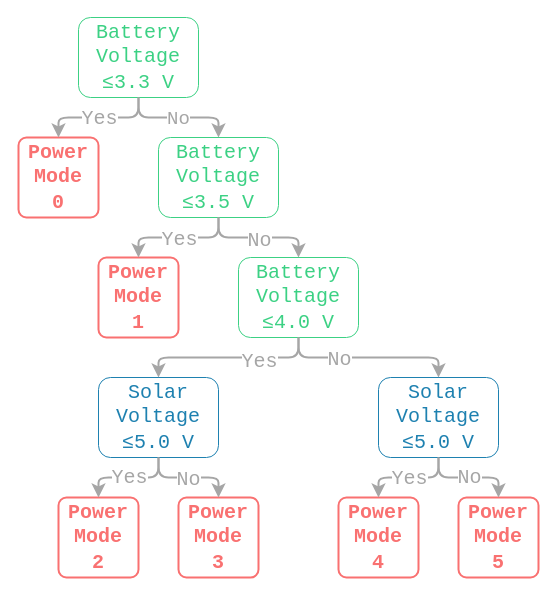
Earlier version of the draw.io diagram resources/powerManagement.drawio (mi3nts/LoRaWANNodes). Source tidied: cells renumbered, new cells numbered last; positions are measured from the earlier drawing's top-left corner, leaving out a move shared by most shapes. Both pictures are drawn from the tidied source at 100%, with x=0, y=0 at pixel (18, 17).
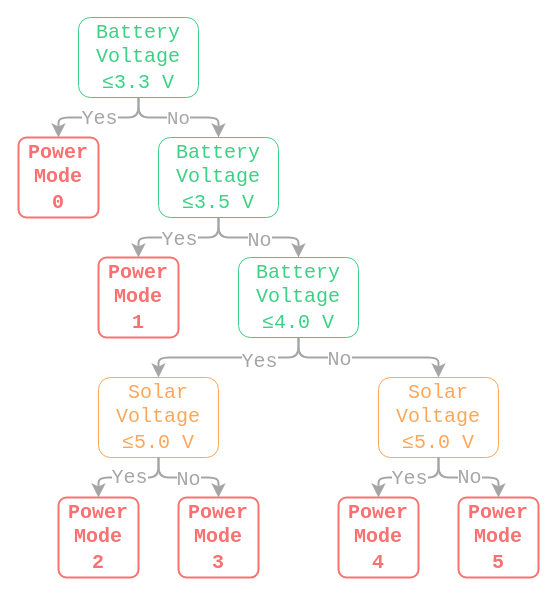
The same diagram, later.

The edit, as a diff of the source:
```diff
@@
-    <mxCell id="7" value="&lt;font color=&quot;#1e81b0&quot; face=&quot;Courier New&quot; style=&quot;font-size: 20px;&quot;&gt;Solar Voltage&lt;br&gt;&lt;/font&gt;&lt;div style=&quot;font-size: 20px;&quot;&gt;&lt;font color=&quot;#1e81b0&quot; style=&quot;font-size: 20px;&quot;&gt;&lt;span style=&quot;background-color: initial;&quot;&gt;&lt;font style=&quot;font-size: 20px;&quot; face=&quot;Courier New&quot;&gt;≤5.0&lt;/font&gt;&lt;/span&gt;&lt;font face=&quot;Courier New&quot; style=&quot;font-size: 20px;&quot;&gt;&amp;nbsp;V&lt;/font&gt;&lt;/font&gt;&lt;/div&gt;" style="rounded=1;whiteSpace=wrap;html=1;strokeColor=#1e81b0;" parent="1" vertex="1">
+    <mxCell id="7" value="&lt;font color=&quot;#fba85b&quot; face=&quot;Courier New&quot; style=&quot;font-size: 20px;&quot;&gt;Solar Voltage&lt;br&gt;&lt;/font&gt;&lt;div style=&quot;font-size: 20px;&quot;&gt;&lt;font color=&quot;#fba85b&quot; style=&quot;font-size: 20px;&quot;&gt;&lt;span style=&quot;background-color: initial;&quot;&gt;&lt;font style=&quot;font-size: 20px;&quot; face=&quot;Courier New&quot;&gt;≤5.0&lt;/font&gt;&lt;/span&gt;&lt;font face=&quot;Courier New&quot; style=&quot;font-size: 20px;&quot;&gt;&amp;nbsp;V&lt;/font&gt;&lt;/font&gt;&lt;/div&gt;" style="rounded=1;whiteSpace=wrap;html=1;strokeColor=#FBA85B;" parent="1" vertex="1">
       <mxGeometry x="80" y="360" width="120" height="80" as="geometry" />
     </mxCell>
-    <mxCell id="8" value="&lt;font color=&quot;#1e81b0&quot; face=&quot;Courier New&quot; style=&quot;font-size: 20px;&quot;&gt;Solar Voltage&lt;br&gt;&lt;/font&gt;&lt;div style=&quot;font-size: 20px;&quot;&gt;&lt;font color=&quot;#1e81b0&quot; style=&quot;font-size: 20px;&quot;&gt;&lt;span style=&quot;background-color: initial;&quot;&gt;&lt;font style=&quot;font-size: 20px;&quot; face=&quot;Courier New&quot;&gt;≤5&lt;/font&gt;&lt;/span&gt;&lt;font face=&quot;Courier New&quot; style=&quot;font-size: 20px;&quot;&gt;.0 V&lt;/font&gt;&lt;/font&gt;&lt;/div&gt;" style="rounded=1;whiteSpace=wrap;html=1;strokeColor=#1e81b0;" parent="1" vertex="1">
+    <mxCell id="8" value="&lt;font color=&quot;#fba85b&quot; face=&quot;Courier New&quot; style=&quot;font-size: 20px;&quot;&gt;Solar Voltage&lt;br&gt;&lt;/font&gt;&lt;div style=&quot;font-size: 20px;&quot;&gt;&lt;font color=&quot;#fba85b&quot; style=&quot;font-size: 20px;&quot;&gt;&lt;span style=&quot;background-color: initial;&quot;&gt;&lt;font style=&quot;font-size: 20px;&quot; face=&quot;Courier New&quot;&gt;≤5&lt;/font&gt;&lt;/span&gt;&lt;font face=&quot;Courier New&quot; style=&quot;font-size: 20px;&quot;&gt;.0 V&lt;/font&gt;&lt;/font&gt;&lt;/div&gt;" style="rounded=1;whiteSpace=wrap;html=1;strokeColor=#FBA85B;" parent="1" vertex="1">
       <mxGeometry x="360" y="360" width="120" height="80" as="geometry" />
     </mxCell>
```
